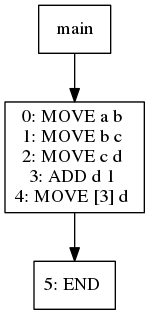
jiahanwang/PL241-Compiler keeps this Graphviz diagram as viz/test019.dot.png. Above is the earlier version. Its source is kept beside it as viz/test019.dot.
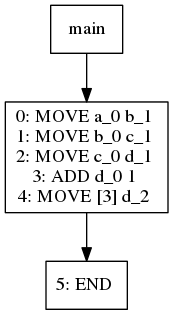
The same diagram one commit later.

Diff of the diagram source:
```diff
@@ -1,14 +1,14 @@
 digraph test019 {
 node [shape=box]
-366[label="main"]
-366 -> 368
-368[label="0: MOVE a b
-1: MOVE b c
-2: MOVE c d
-3: ADD d 1
-4: MOVE [3] d
+1[label="main"]
+1 -> 3
+3[label="0: MOVE a_0 b_1
+1: MOVE b_0 c_1
+2: MOVE c_0 d_1
+3: ADD d_0 1
+4: MOVE [3] d_2
 "]
-368 -> 372
-372[label="5: END
+3 -> 7
+7[label="5: END
 "]
 }
```
